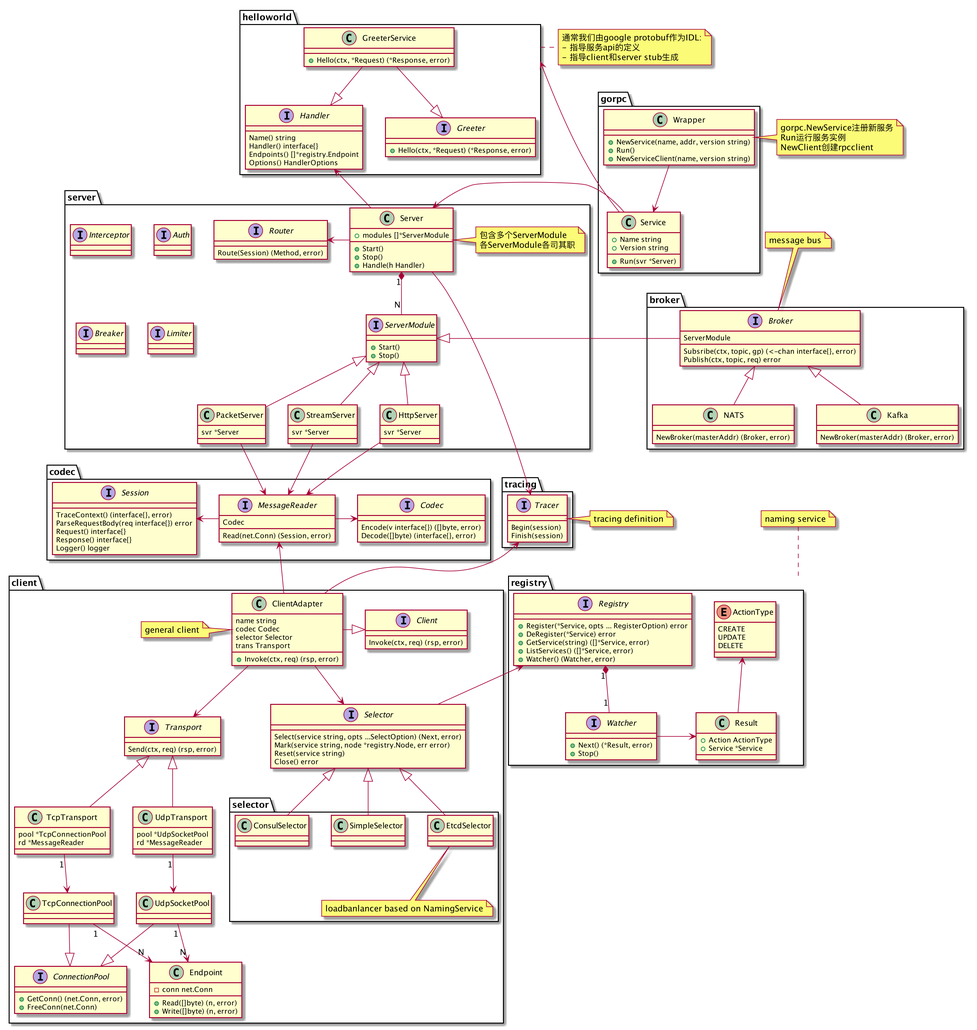
This is doc/arch.png from hitzhangjie/gorpc, a PlantUML export, as it was before one commit.
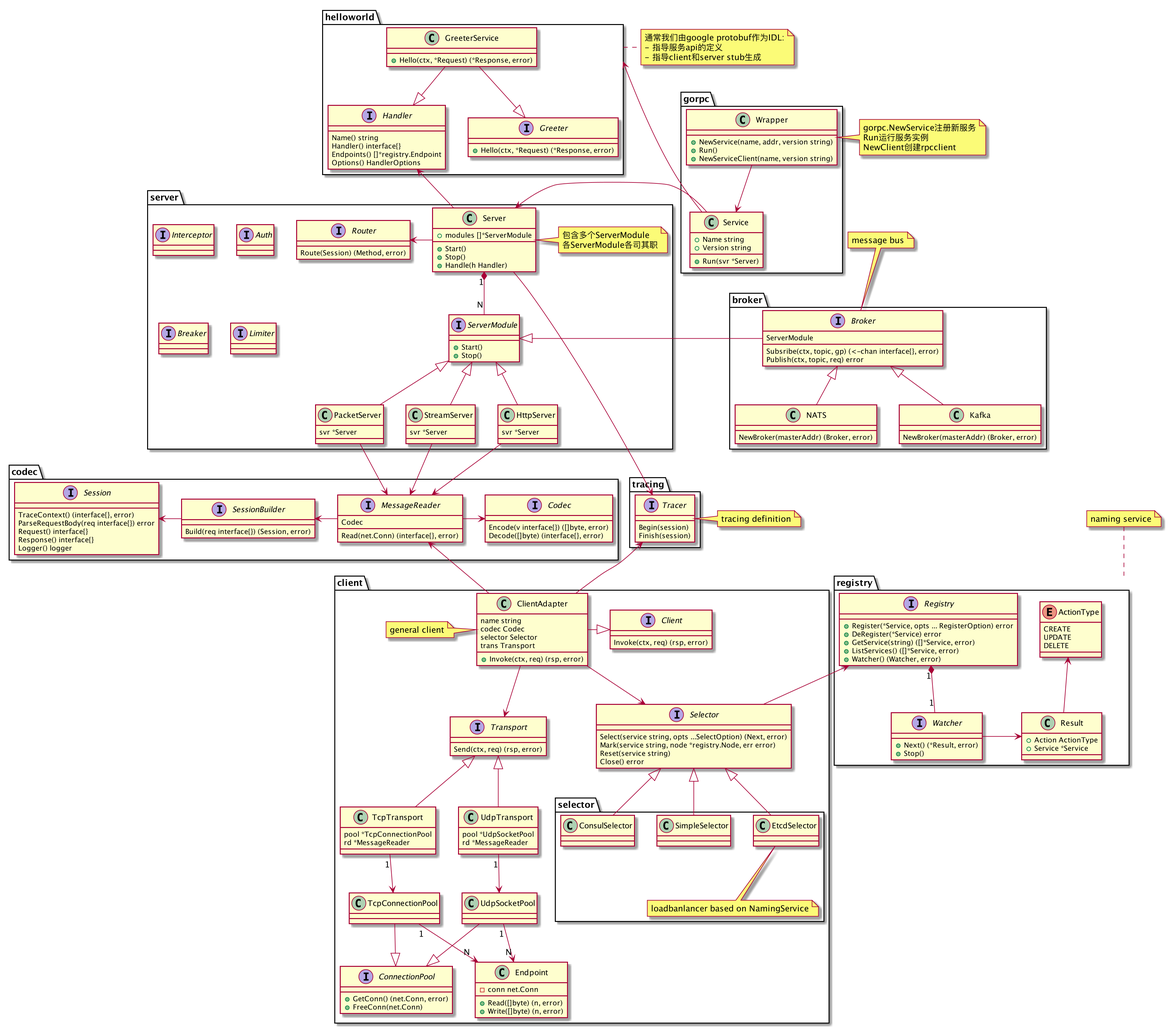
Above is the later version.

Commit message:
refactor: reader,sessionbuilder,sessionn

Change to the diagram source:
```diff
@@ -95,11 +95,16 @@
 
     interface MessageReader {
         Codec
-        Read(net.Conn) (Session, error)
+        Read(net.Conn) (interface{}, error)
+    }
+
+    interface SessionBuilder {
+    	Build(req interface{}) (Session, error)
     }
 
     MessageReader -right-> Codec
-    MessageReader -left-> Session
+    MessageReader -left-> SessionBuilder
+    SessionBuilder -left-> Session
 
     StreamServer -down-> MessageReader
     PacketServer -down-> MessageReader
```
